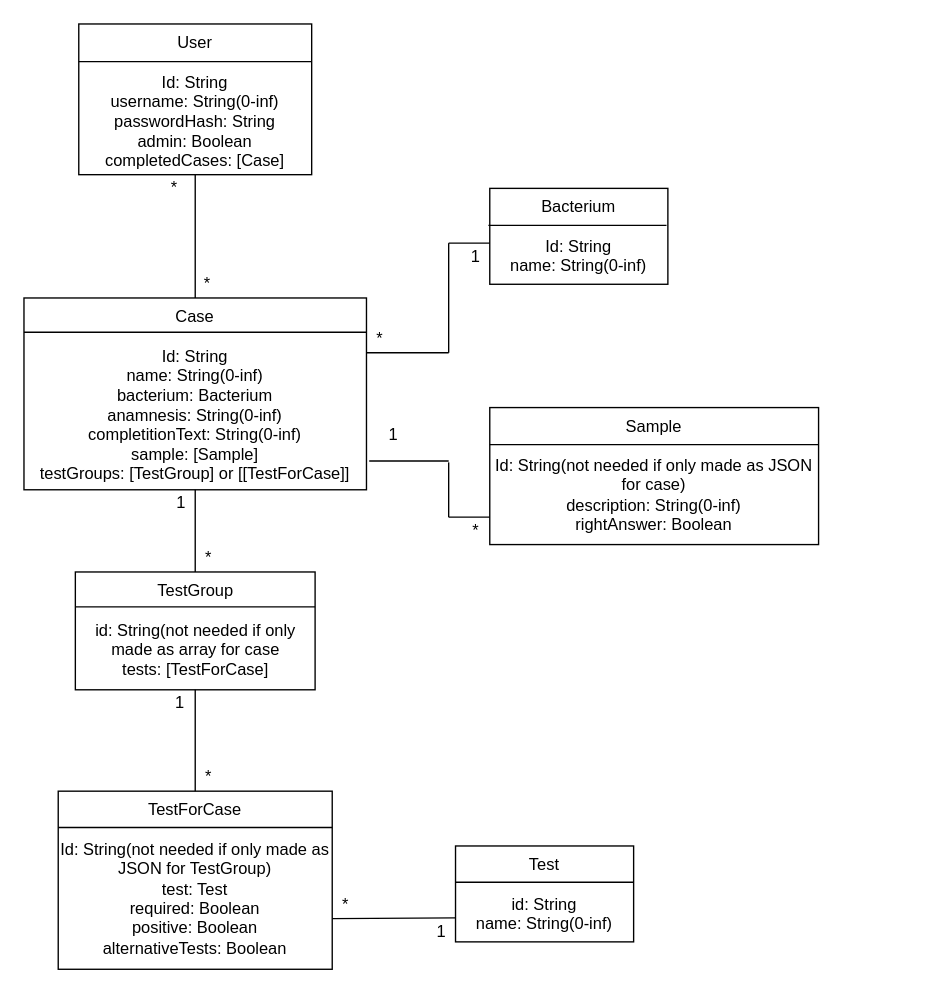
Above: documentation/database.drawio in Ohtu-bakteerien-tunnistuspeli/Bakteerin-tunnistuspeli (draw.io), before the change. Source tidied: cells renumbered, new cells numbered last; positions are measured from the earlier drawing's top-left corner, leaving out a move shared by most shapes. Both pictures are drawn from the tidied source at 137%, with x=0, y=0 at pixel (23, 23).
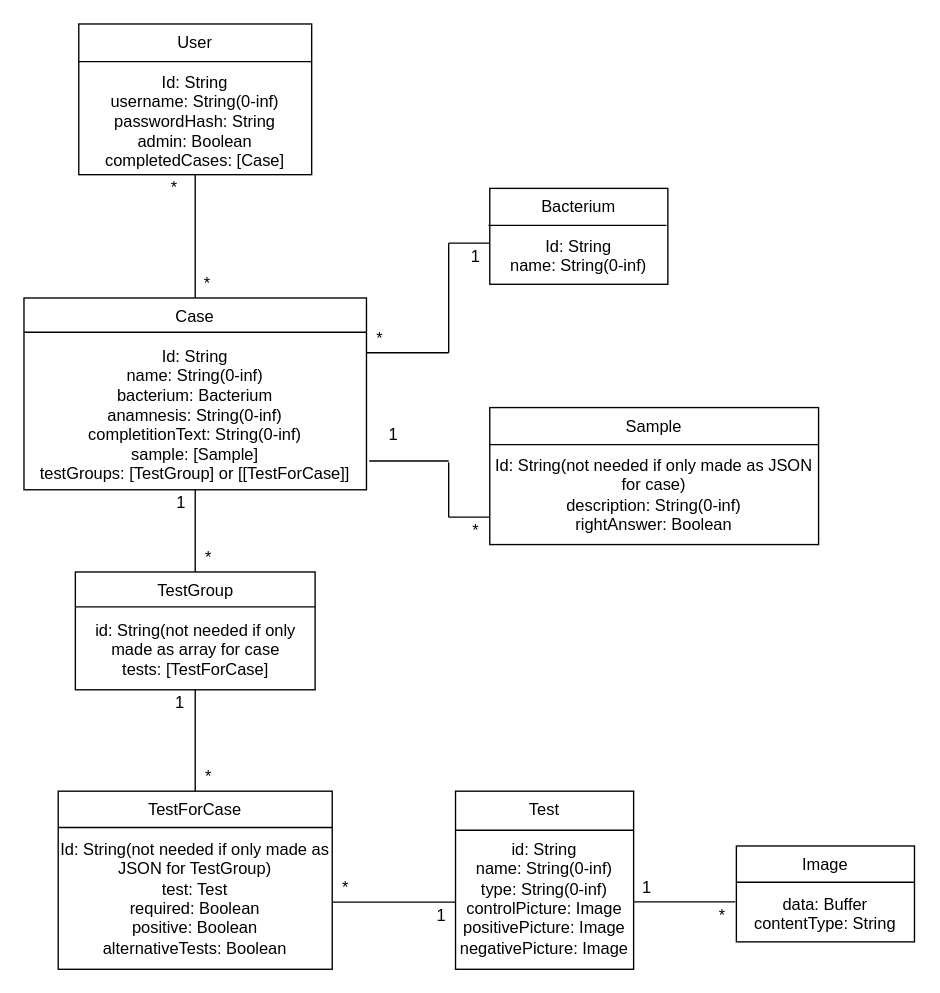
The same page after the edit.

Commit message (it also covers changes not shown here):
Add images to database plan

Change to the diagram source:
```diff
@@
-    <mxCell id="6" value="Test&lt;br&gt;&lt;br&gt;id: String&lt;br&gt;name: String(0-inf)" style="rounded=0;whiteSpace=wrap;html=1;verticalAlign=top;" parent="1" vertex="1">
-      <mxGeometry x="315" y="600" width="130" height="70" as="geometry" />
+    <mxCell id="6" value="Test&lt;br&gt;&lt;br&gt;id: String&lt;br&gt;name: String(0-inf)&lt;br&gt;type: String(0-inf)&lt;br&gt;controlPicture: Image&lt;br&gt;positivePicture: Image&lt;br&gt;negativePicture: Image" style="rounded=0;whiteSpace=wrap;html=1;verticalAlign=top;" parent="1" vertex="1">
+      <mxGeometry x="315" y="560" width="130" height="130" as="geometry" />
     </mxCell>
@@
     <mxCell id="13" style="endArrow=none;html=1;exitX=0;exitY=0.25;exitDx=0;exitDy=0;entryX=1;entryY=0.25;entryDx=0;entryDy=0;" parent="1" edge="1">
       <mxGeometry relative="1" as="geometry">
-        <mxPoint x="315" y="626.5" as="sourcePoint" />
-        <mxPoint x="445" y="626.5" as="targetPoint" />
+        <mxPoint x="315" y="588.5" as="sourcePoint" />
+        <mxPoint x="445" y="588.5" as="targetPoint" />
       </mxGeometry>
     </mxCell>
@@
-    <mxCell id="15" style="endArrow=none;html=1;entryX=0;entryY=0.75;entryDx=0;entryDy=0;" parent="1" edge="1" target="6">
+    <mxCell id="15" style="endArrow=none;html=1;entryX=1;entryY=0;entryDx=0;entryDy=0;" parent="1" edge="1" target="23">
       <mxGeometry relative="1" as="geometry">
-        <mxPoint x="225" y="653" as="sourcePoint" />
+        <mxPoint x="225" y="641" as="sourcePoint" />
       </mxGeometry>
     </mxCell>
@@
     <mxCell id="23" value="1" style="text;html=1;strokeColor=none;fillColor=none;align=center;verticalAlign=middle;whiteSpace=wrap;rounded=0;" parent="1" vertex="1">
-      <mxGeometry x="295" y="653" width="20" height="20" as="geometry" />
+      <mxGeometry x="295" y="641" width="20" height="20" as="geometry" />
     </mxCell>
     <mxCell id="24" value="*" style="text;html=1;strokeColor=none;fillColor=none;align=center;verticalAlign=middle;whiteSpace=wrap;rounded=0;" parent="1" vertex="1">
-      <mxGeometry x="225" y="633" width="20" height="20" as="geometry" />
+      <mxGeometry x="225" y="621" width="20" height="20" as="geometry" />
     </mxCell>
@@
+    <mxCell id="38" value="Image&lt;br&gt;&lt;br&gt;data: Buffer&lt;br&gt;contentType: String" style="rounded=0;whiteSpace=wrap;html=1;verticalAlign=top;" parent="1" vertex="1">
+      <mxGeometry x="520" y="600" width="130" height="70" as="geometry" />
+    </mxCell>
+    <mxCell id="39" style="endArrow=none;html=1;entryX=1;entryY=0.25;entryDx=0;entryDy=0;exitX=0;exitY=0.25;exitDx=0;exitDy=0;" parent="1" edge="1">
+      <mxGeometry relative="1" as="geometry">
+        <mxPoint x="520" y="626.5" as="sourcePoint" />
+        <mxPoint x="650" y="626.5" as="targetPoint" />
+      </mxGeometry>
+    </mxCell>
+    <mxCell id="40" style="endArrow=none;html=1;entryX=-0.006;entryY=0.611;entryDx=0;entryDy=0;entryPerimeter=0;exitX=0.998;exitY=0.637;exitDx=0;exitDy=0;exitPerimeter=0;" parent="1" edge="1">
+      <mxGeometry relative="1" as="geometry">
+        <mxPoint x="444.7" y="640.8" as="sourcePoint" />
+        <mxPoint x="519.2" y="640.8" as="targetPoint" />
+      </mxGeometry>
+    </mxCell>
+    <mxCell id="41" value="1" style="text;html=1;strokeColor=none;fillColor=none;align=center;verticalAlign=middle;whiteSpace=wrap;rounded=0;" parent="1" vertex="1">
+      <mxGeometry x="445" y="621" width="20" height="20" as="geometry" />
+    </mxCell>
+    <mxCell id="42" value="*" style="text;html=1;strokeColor=none;fillColor=none;align=center;verticalAlign=middle;whiteSpace=wrap;rounded=0;" parent="1" vertex="1">
+      <mxGeometry x="500" y="641" width="20" height="20" as="geometry" />
+    </mxCell>
```
